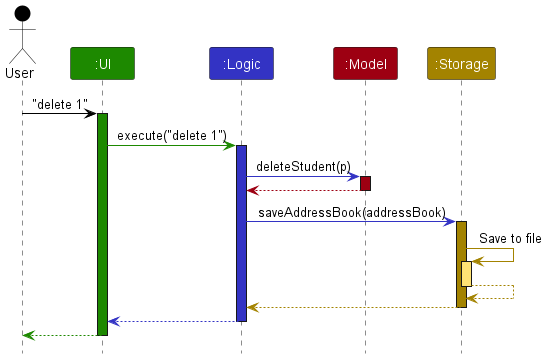
c-wenlong/tp keeps this PlantUML diagram as docs/images/ArchitectureSequenceDiagram.png. Above is the earlier version.
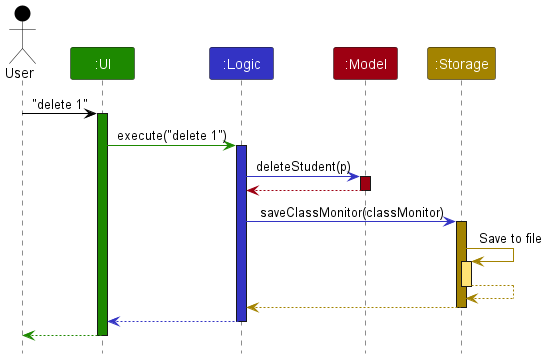
Above is the later version.

The edit, as a diff of the source:
```diff
@@ -20,7 +20,7 @@
 model -[MODEL_COLOR]-> logic
 deactivate model
 
-logic -[LOGIC_COLOR]> storage : saveAddressBook(addressBook)
+logic -[LOGIC_COLOR]> storage : saveClassMonitor(classMonitor)
 activate storage STORAGE_COLOR
 
 storage -[STORAGE_COLOR]> storage : Save to file
```
